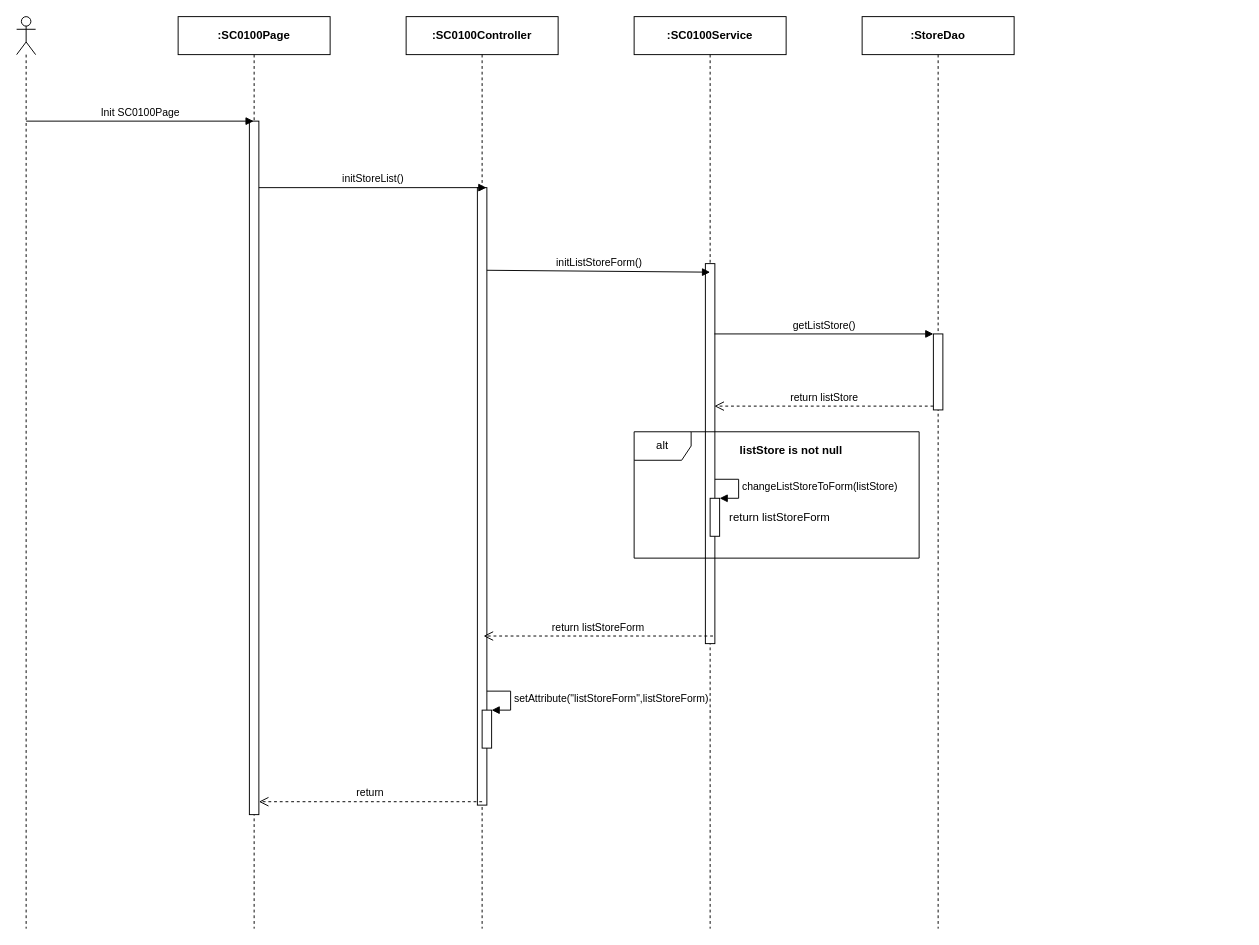
Above: page "Ev01" (1 of 4) of Users/LuanNM/SEQ Diagram Review/sc01/SC0100_StoreManage.drawio in luannmdev/CapstoneDocument (draw.io), before the change. Source tidied: cells renumbered, new cells numbered last; positions are measured from the earlier drawing's top-left corner, leaving out a move shared by most shapes. Both pictures are drawn from the tidied source at 95%, with x=0, y=0 at pixel (16, 16).
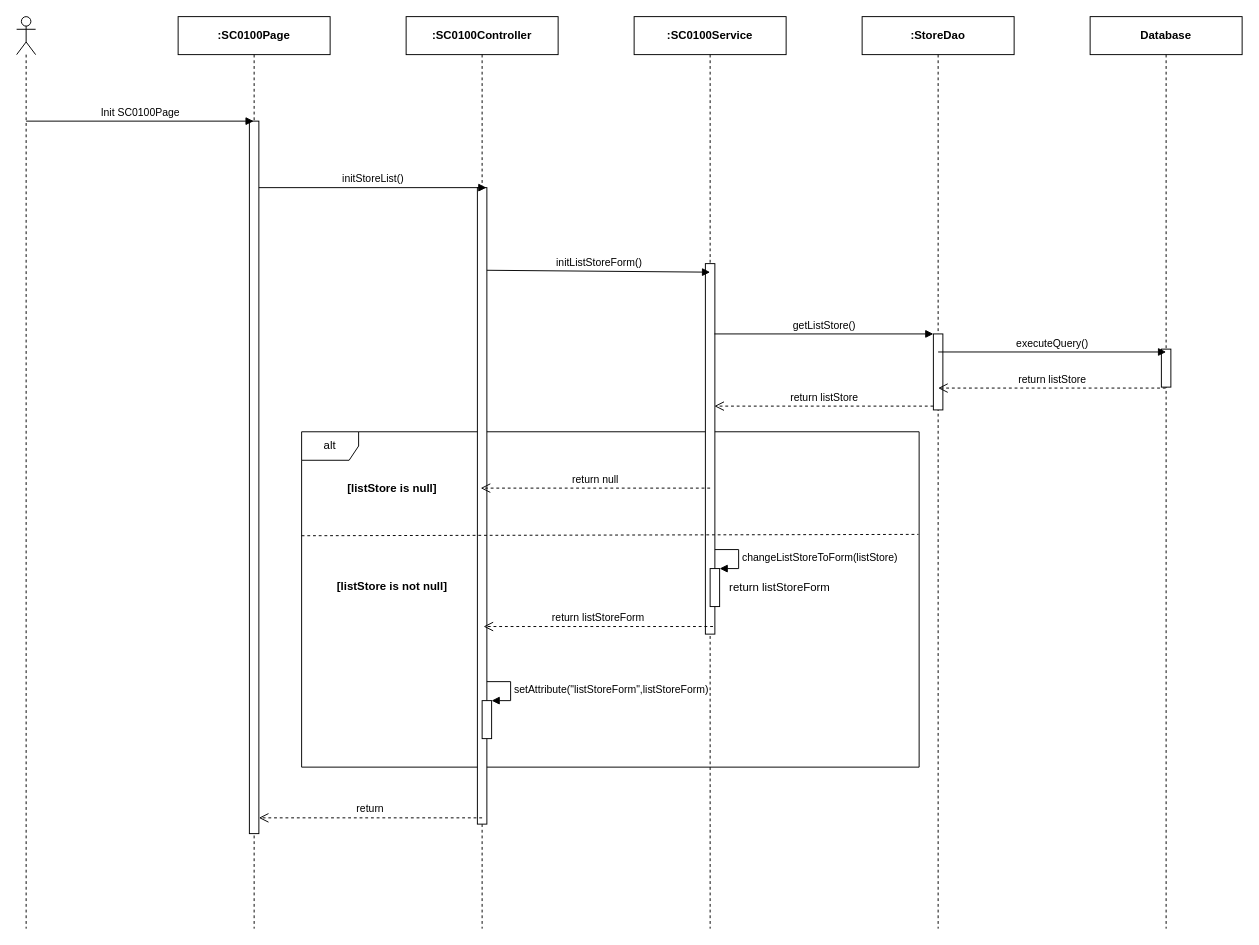
The same page after the edit.

The change refers to these unchanged cells:
```xml
<mxCell id="3" value="&lt;b&gt;:SC0100Page&lt;/b&gt;" style="shape=umlLifeline;perimeter=lifelinePerimeter;whiteSpace=wrap;html=1;outlineConnect=0;" parent="1" vertex="1">
  <mxGeometry x="170" width="160" height="960" as="geometry" />
</mxCell>
<mxCell id="7" value="&lt;b&gt;:&lt;/b&gt;&lt;b&gt;SC0100&lt;/b&gt;&lt;b&gt;Service&lt;/b&gt;" style="shape=umlLifeline;perimeter=lifelinePerimeter;whiteSpace=wrap;html=1;" parent="1" vertex="1">
  <mxGeometry x="650" width="160" height="960" as="geometry" />
</mxCell>
<mxCell id="9" value="&lt;b&gt;:SC0100Controller&lt;/b&gt;" style="shape=umlLifeline;perimeter=lifelinePerimeter;whiteSpace=wrap;html=1;" parent="1" vertex="1">
  <mxGeometry x="410" width="160" height="960" as="geometry" />
</mxCell>
```

Diff of the diagram source:
```diff
@@
+    <mxCell id="20" value="alt" style="shape=umlFrame;whiteSpace=wrap;html=1;" parent="1" vertex="1">
+      <mxGeometry x="300" y="437" width="650" height="353" as="geometry" />
+    </mxCell>
@@
     <mxCell id="4" style="html=1;perimeter=orthogonalPerimeter;" parent="3" vertex="1">
-      <mxGeometry x="75" y="110" width="10" height="730" as="geometry" />
+      <mxGeometry x="75" y="110" width="10" height="750" as="geometry" />
     </mxCell>
@@
     <mxCell id="8" style="html=1;perimeter=orthogonalPerimeter;" parent="7" vertex="1">
-      <mxGeometry x="75" y="260" width="10" height="400" as="geometry" />
+      <mxGeometry x="75" y="260" width="10" height="390" as="geometry" />
     </mxCell>
@@
     <mxCell id="10" style="html=1;perimeter=orthogonalPerimeter;" parent="9" vertex="1">
-      <mxGeometry x="75" y="180" width="10" height="650" as="geometry" />
+      <mxGeometry x="75" y="180" width="10" height="670" as="geometry" />
     </mxCell>
     <mxCell id="11" style="html=1;points=[];perimeter=orthogonalPerimeter;" parent="9" vertex="1">
-      <mxGeometry x="80" y="730" width="10" height="40" as="geometry" />
+      <mxGeometry x="80" y="720" width="10" height="40" as="geometry" />
     </mxCell>
     <mxCell id="12" value="setAttribute(&quot;listStoreForm&quot;,&lt;span style=&quot;text-align: center&quot;&gt;listStoreForm&lt;/span&gt;)" style="edgeStyle=orthogonalEdgeStyle;html=1;align=left;spacingLeft=2;endArrow=block;rounded=0;entryX=1;entryY=0;" parent="9" edge="1" target="11">
       <mxGeometry relative="1" as="geometry">
-        <mxPoint x="85" y="710" as="sourcePoint" />
+        <mxPoint x="85" y="700" as="sourcePoint" />
         <Array as="points">
-          <mxPoint x="110" y="710" />
+          <mxPoint x="110" y="700" />
         </Array>
       </mxGeometry>
     </mxCell>
+    <mxCell id="16" value="return listStoreForm" style="html=1;verticalAlign=bottom;endArrow=open;dashed=1;endSize=8;" parent="9" edge="1">
+      <mxGeometry relative="1" as="geometry">
+        <mxPoint x="323" y="642" as="sourcePoint" />
+        <mxPoint x="81.5" y="642" as="targetPoint" />
+      </mxGeometry>
+    </mxCell>
+    <mxCell id="22" style="html=1;points=[];perimeter=orthogonalPerimeter;" parent="9" vertex="1">
+      <mxGeometry x="320" y="581" width="10" height="40" as="geometry" />
+    </mxCell>
+    <mxCell id="23" value="changeListStoreToForm(listStore)" style="edgeStyle=orthogonalEdgeStyle;html=1;align=left;spacingLeft=2;endArrow=block;rounded=0;entryX=1;entryY=0;" parent="9" edge="1" target="22">
+      <mxGeometry relative="1" as="geometry">
+        <mxPoint x="325" y="561" as="sourcePoint" />
+        <Array as="points">
+          <mxPoint x="350" y="561" />
+        </Array>
+      </mxGeometry>
+    </mxCell>
+    <mxCell id="24" value="return listStoreForm" style="text;html=1;align=center;verticalAlign=middle;" parent="9" vertex="1">
+      <mxGeometry x="333" y="591" width="120" height="20" as="geometry" />
+    </mxCell>
@@
-    <mxCell id="16" value="return listStoreForm" style="html=1;verticalAlign=bottom;endArrow=open;dashed=1;endSize=8;" parent="1" edge="1">
-      <mxGeometry relative="1" as="geometry">
-        <mxPoint x="733" y="652" as="sourcePoint" />
-        <mxPoint x="491.5" y="652" as="targetPoint" />
-      </mxGeometry>
-    </mxCell>
     <mxCell id="17" value="return" style="html=1;verticalAlign=bottom;endArrow=open;dashed=1;endSize=8;" parent="1" edge="1">
       <mxGeometry relative="1" as="geometry">
-        <mxPoint x="490" y="826.4" as="sourcePoint" />
-        <mxPoint x="255" y="826.4" as="targetPoint" />
+        <mxPoint x="490" y="843.4" as="sourcePoint" />
+        <mxPoint x="255" y="843.4" as="targetPoint" />
       </mxGeometry>
     </mxCell>
@@
-    <mxCell id="20" value="alt" style="shape=umlFrame;whiteSpace=wrap;html=1;" parent="1" vertex="1">
-      <mxGeometry x="650" y="437" width="300" height="133" as="geometry" />
-    </mxCell>
-    <mxCell id="21" value="listStore is not null" style="text;html=1;align=center;verticalAlign=middle;fontStyle=1;" parent="1" vertex="1">
-      <mxGeometry x="755" y="447" width="120" height="20" as="geometry" />
+    <mxCell id="21" value="[listStore is not null]" style="text;html=1;align=center;verticalAlign=middle;fontStyle=1;" parent="1" vertex="1">
+      <mxGeometry x="330" y="590" width="130" height="20" as="geometry" />
     </mxCell>
-    <mxCell id="22" style="html=1;points=[];perimeter=orthogonalPerimeter;" parent="1" vertex="1">
-      <mxGeometry x="730" y="507" width="10" height="40" as="geometry" />
-    </mxCell>
-    <mxCell id="23" value="changeListStoreToForm(listStore)" style="edgeStyle=orthogonalEdgeStyle;html=1;align=left;spacingLeft=2;endArrow=block;rounded=0;entryX=1;entryY=0;" parent="1" edge="1" target="22">
-      <mxGeometry relative="1" as="geometry">
-        <mxPoint x="735" y="487" as="sourcePoint" />
-        <Array as="points">
-          <mxPoint x="760" y="487" />
-        </Array>
-      </mxGeometry>
-    </mxCell>
-    <mxCell id="24" value="return listStoreForm" style="text;html=1;align=center;verticalAlign=middle;" parent="1" vertex="1">
-      <mxGeometry x="743" y="517" width="120" height="20" as="geometry" />
-    </mxCell>
+    <mxCell id="25" value="&lt;b&gt;Database&lt;/b&gt;" style="shape=umlLifeline;perimeter=lifelinePerimeter;whiteSpace=wrap;html=1;outlineConnect=0;" parent="1" vertex="1">
+      <mxGeometry x="1130" width="160" height="960" as="geometry" />
+    </mxCell>
+    <mxCell id="26" style="html=1;perimeter=orthogonalPerimeter;" parent="25" vertex="1">
+      <mxGeometry x="75" y="350" width="10" height="40" as="geometry" />
+    </mxCell>
+    <mxCell id="27" value="executeQuery()" style="html=1;verticalAlign=bottom;endArrow=block;" parent="1" edge="1">
+      <mxGeometry relative="1" as="geometry">
+        <mxPoint x="970" y="353" as="sourcePoint" />
+        <mxPoint x="1210" y="353" as="targetPoint" />
+      </mxGeometry>
+    </mxCell>
+    <mxCell id="28" value="return listStore" style="html=1;verticalAlign=bottom;endArrow=open;dashed=1;endSize=8;" parent="1" edge="1" source="25">
+      <mxGeometry relative="1" as="geometry">
+        <mxPoint x="970" y="391" as="targetPoint" />
+      </mxGeometry>
+    </mxCell>
+    <mxCell id="29" value="return null" style="html=1;verticalAlign=bottom;endArrow=open;dashed=1;endSize=8;" parent="1" edge="1">
+      <mxGeometry relative="1" as="geometry">
+        <mxPoint x="730" y="496.3" as="sourcePoint" />
+        <mxPoint x="488.5" y="496.3" as="targetPoint" />
+      </mxGeometry>
+    </mxCell>
+    <mxCell id="30" style="endArrow=none;dashed=1;html=1;exitX=0;exitY=0.31;exitDx=0;exitDy=0;exitPerimeter=0;entryX=0.999;entryY=0.306;entryDx=0;entryDy=0;entryPerimeter=0;" parent="1" edge="1" source="20" target="20">
+      <mxGeometry relative="1" as="geometry" />
+    </mxCell>
+    <mxCell id="31" value="[listStore is null]" style="text;html=1;align=center;verticalAlign=middle;fontStyle=1;" parent="1" vertex="1">
+      <mxGeometry x="340" y="487" width="110" height="20" as="geometry" />
+    </mxCell>
```
